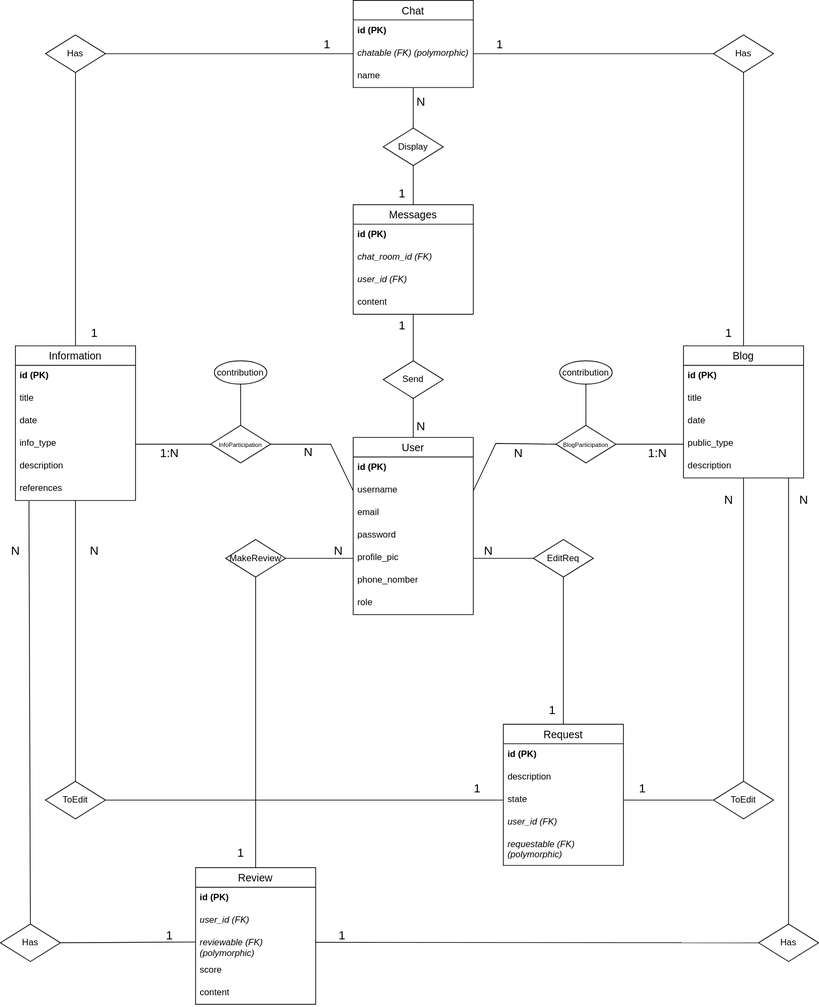
Earlier version of the draw.io export Diagrama E-R/EntidadesProyectoSoftware.drawio.svg (Fercrack2004/ElRanchoDeMauricio). Source tidied: cells renumbered, new cells last; positions are measured from the earlier drawing's top-left corner, leaving out a move shared by most shapes.
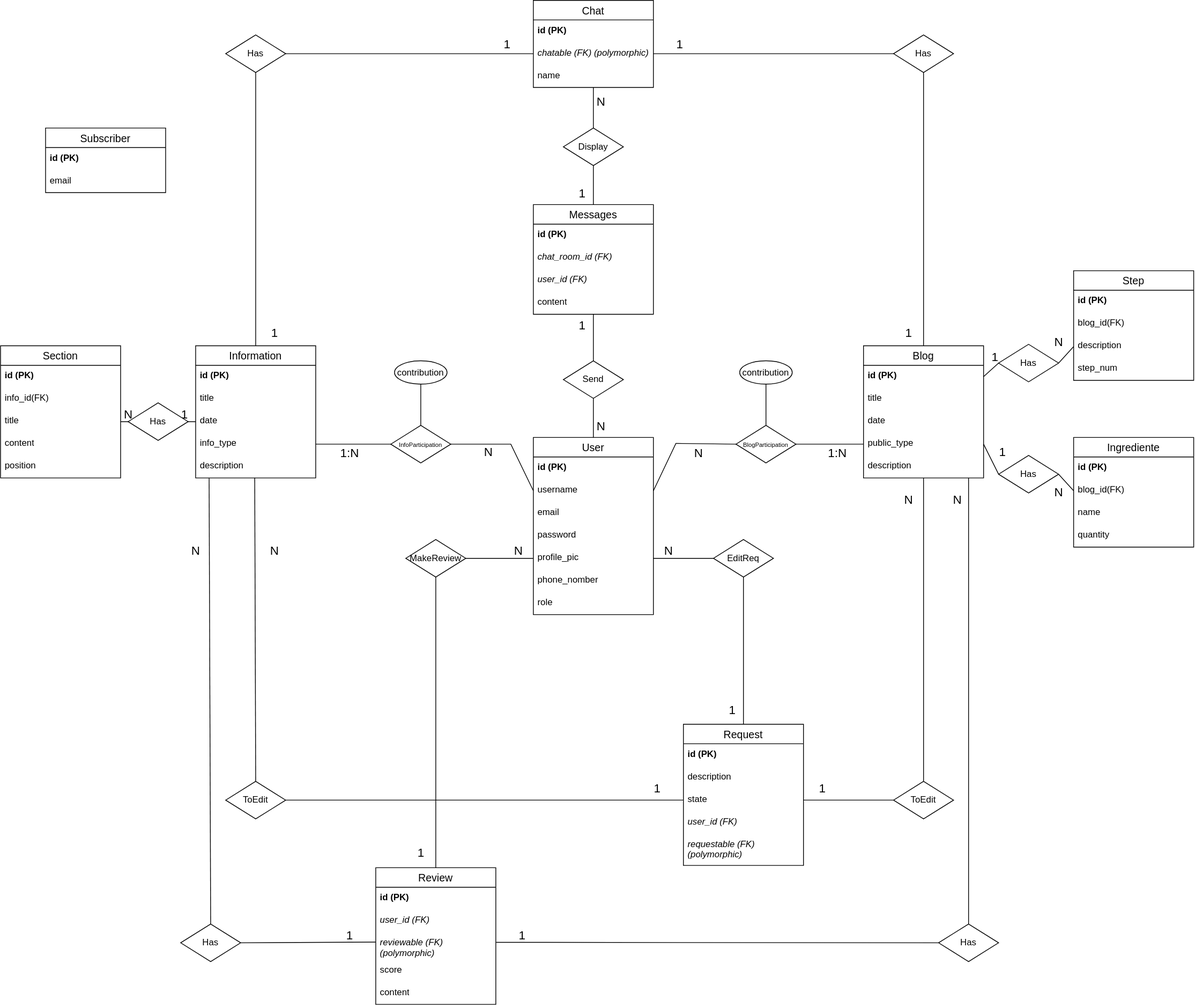
After the change.

What changed in the source:
```diff
@@ -45,7 +45,7 @@
       <mxGeometry y="146" width="160" height="30" as="geometry" />
     </mxCell>
     <mxCell id="16" value="Information" style="swimlane;fontStyle=0;horizontal=1;startSize=26;align=center;fontSize=14;" parent="1" vertex="1">
-      <mxGeometry x="20" y="460" width="160" height="206" as="geometry" />
+      <mxGeometry x="20" y="460" width="160" height="176" as="geometry" />
     </mxCell>
     <mxCell id="17" value="&lt;b&gt;id (PK)&lt;/b&gt;" style="text;strokeColor=none;fillColor=none;spacingLeft=4;spacingRight=4;overflow=hidden;fontSize=12;whiteSpace=wrap;html=1;" parent="16" vertex="1">
       <mxGeometry y="26" width="160" height="30" as="geometry" />
@@ -62,9 +62,6 @@
     <mxCell id="21" value="description" style="text;strokeColor=none;fillColor=none;spacingLeft=4;spacingRight=4;overflow=hidden;points=[[0,0.5],[1,0.5]];portConstraint=eastwest;fontSize=12;whiteSpace=wrap;html=1;" parent="16" vertex="1">
       <mxGeometry y="146" width="160" height="30" as="geometry" />
     </mxCell>
-    <mxCell id="22" value="references" style="text;strokeColor=none;fillColor=none;spacingLeft=4;spacingRight=4;overflow=hidden;points=[[0,0.5],[1,0.5]];portConstraint=eastwest;fontSize=12;whiteSpace=wrap;html=1;" parent="16" vertex="1">
-      <mxGeometry y="176" width="160" height="30" as="geometry" />
-    </mxCell>
     <mxCell id="23" value="Request" style="swimlane;fontStyle=0;horizontal=1;startSize=26;align=center;fontSize=14;" parent="1" vertex="1">
       <mxGeometry x="670" y="964" width="160" height="188" as="geometry" />
     </mxCell>
@@ -210,14 +207,14 @@
         <mxPoint x="1050" y="636" as="sourcePoint" />
       </mxGeometry>
     </mxCell>
-    <mxCell id="68" style="endArrow=none;html=1;rounded=0;exitX=0.113;exitY=1.022;exitDx=0;exitDy=0;entryX=0.5;entryY=0;entryDx=0;entryDy=0;exitPerimeter=0;" parent="1" edge="1" source="22" target="63">
+    <mxCell id="68" style="endArrow=none;html=1;rounded=0;exitX=0.112;exitY=1.008;exitDx=0;exitDy=0;entryX=0.5;entryY=0;entryDx=0;entryDy=0;exitPerimeter=0;" parent="1" edge="1" source="21" target="63">
       <mxGeometry relative="1" as="geometry" />
     </mxCell>
     <mxCell id="69" value="&lt;font style=&quot;font-size: 16px;&quot;&gt;N&lt;/font&gt;" style="text;html=1;align=center;verticalAlign=middle;strokeColor=none;fillColor=none;" parent="1" vertex="1">
       <mxGeometry y="718" width="40" height="30" as="geometry" />
     </mxCell>
     <mxCell id="70" value="&lt;font style=&quot;font-size: 16px;&quot;&gt;N&lt;/font&gt;" style="text;html=1;align=center;verticalAlign=middle;strokeColor=none;fillColor=none;" parent="1" vertex="1">
-      <mxGeometry x="1050" y="650" width="40" height="30" as="geometry" />
+      <mxGeometry x="1015" y="650" width="40" height="30" as="geometry" />
     </mxCell>
     <mxCell id="71" value="&lt;font style=&quot;font-size: 16px;&quot;&gt;1&lt;/font&gt;" style="text;html=1;align=center;verticalAlign=middle;strokeColor=none;fillColor=none;" parent="1" vertex="1">
       <mxGeometry x="210" y="1230" width="30" height="30" as="geometry" />
@@ -252,7 +249,7 @@
     <mxCell id="81" style="endArrow=none;html=1;rounded=0;exitX=0.5;exitY=0;exitDx=0;exitDy=0;" parent="1" edge="1" source="78" target="15">
       <mxGeometry relative="1" as="geometry" />
     </mxCell>
-    <mxCell id="82" style="endArrow=none;html=1;rounded=0;entryX=0.5;entryY=0;entryDx=0;entryDy=0;" parent="1" edge="1" source="22" target="77">
+    <mxCell id="82" style="endArrow=none;html=1;rounded=0;entryX=0.5;entryY=0;entryDx=0;entryDy=0;exitX=0.492;exitY=0.999;exitDx=0;exitDy=0;exitPerimeter=0;" parent="1" edge="1" source="21" target="77">
       <mxGeometry relative="1" as="geometry" />
     </mxCell>
     <mxCell id="83" value="&lt;font style=&quot;font-size: 16px;&quot;&gt;1&lt;/font&gt;" style="text;html=1;align=center;verticalAlign=middle;strokeColor=none;fillColor=none;" parent="1" vertex="1">
@@ -332,5 +329,104 @@
     <mxCell id="107" value="Display" style="shape=rhombus;perimeter=rhombusPerimeter;whiteSpace=wrap;html=1;align=center;" parent="1" vertex="1">
       <mxGeometry x="510" y="170" width="80" height="50" as="geometry" />
     </mxCell>
+    <mxCell id="108" value="Step" style="swimlane;fontStyle=0;horizontal=1;startSize=26;align=center;fontSize=14;" parent="1" vertex="1">
+      <mxGeometry x="1190" y="360" width="160" height="146" as="geometry" />
+    </mxCell>
+    <mxCell id="109" value="&lt;b&gt;id (PK)&lt;/b&gt;" style="text;strokeColor=none;fillColor=none;spacingLeft=4;spacingRight=4;overflow=hidden;fontSize=12;whiteSpace=wrap;html=1;" parent="108" vertex="1">
+      <mxGeometry y="26" width="160" height="30" as="geometry" />
+    </mxCell>
+    <mxCell id="110" value="blog_id(FK)" style="text;strokeColor=none;fillColor=none;spacingLeft=4;spacingRight=4;overflow=hidden;fontSize=12;whiteSpace=wrap;html=1;" parent="108" vertex="1">
+      <mxGeometry y="56" width="160" height="30" as="geometry" />
+    </mxCell>
+    <mxCell id="111" value="description" style="text;strokeColor=none;fillColor=none;spacingLeft=4;spacingRight=4;overflow=hidden;points=[[0,0.5],[1,0.5]];portConstraint=eastwest;fontSize=12;whiteSpace=wrap;html=1;" parent="108" vertex="1">
+      <mxGeometry y="86" width="160" height="30" as="geometry" />
+    </mxCell>
+    <mxCell id="112" value="step_num" style="text;strokeColor=none;fillColor=none;spacingLeft=4;spacingRight=4;overflow=hidden;fontSize=12;whiteSpace=wrap;html=1;" parent="108" vertex="1">
+      <mxGeometry y="116" width="160" height="30" as="geometry" />
+    </mxCell>
+    <mxCell id="113" value="Ingrediente" style="swimlane;fontStyle=0;horizontal=1;startSize=26;align=center;fontSize=14;" parent="1" vertex="1">
+      <mxGeometry x="1190" y="582" width="160" height="146" as="geometry" />
+    </mxCell>
+    <mxCell id="114" value="&lt;b&gt;id (PK)&lt;/b&gt;" style="text;strokeColor=none;fillColor=none;spacingLeft=4;spacingRight=4;overflow=hidden;fontSize=12;whiteSpace=wrap;html=1;" parent="113" vertex="1">
+      <mxGeometry y="26" width="160" height="30" as="geometry" />
+    </mxCell>
+    <mxCell id="115" value="blog_id(FK)" style="text;strokeColor=none;fillColor=none;spacingLeft=4;spacingRight=4;overflow=hidden;points=[[0,0.5],[1,0.5]];portConstraint=eastwest;fontSize=12;whiteSpace=wrap;html=1;" parent="113" vertex="1">
+      <mxGeometry y="56" width="160" height="30" as="geometry" />
+    </mxCell>
+    <mxCell id="116" value="name" style="text;strokeColor=none;fillColor=none;spacingLeft=4;spacingRight=4;overflow=hidden;fontSize=12;whiteSpace=wrap;html=1;" parent="113" vertex="1">
+      <mxGeometry y="86" width="160" height="30" as="geometry" />
+    </mxCell>
+    <mxCell id="117" value="quantity" style="text;strokeColor=none;fillColor=none;spacingLeft=4;spacingRight=4;overflow=hidden;fontSize=12;whiteSpace=wrap;html=1;" parent="113" vertex="1">
+      <mxGeometry y="116" width="160" height="30" as="geometry" />
+    </mxCell>
+    <mxCell id="118" style="endArrow=none;html=1;rounded=0;exitX=1;exitY=0.5;exitDx=0;exitDy=0;entryX=0;entryY=0.5;entryDx=0;entryDy=0;" parent="1" edge="1" source="139" target="115">
+      <mxGeometry relative="1" as="geometry" />
+    </mxCell>
+    <mxCell id="119" style="endArrow=none;html=1;rounded=0;exitX=1;exitY=0.5;exitDx=0;exitDy=0;entryX=0;entryY=0.5;entryDx=0;entryDy=0;" parent="1" edge="1" source="137" target="111">
+      <mxGeometry relative="1" as="geometry" />
+    </mxCell>
+    <mxCell id="120" value="&lt;font style=&quot;font-size: 16px;&quot;&gt;N&lt;/font&gt;" style="text;html=1;align=center;verticalAlign=middle;strokeColor=none;fillColor=none;" parent="1" vertex="1">
+      <mxGeometry x="1150" y="640" width="40" height="30" as="geometry" />
+    </mxCell>
+    <mxCell id="121" value="&lt;font style=&quot;font-size: 16px;&quot;&gt;N&lt;/font&gt;" style="text;html=1;align=center;verticalAlign=middle;strokeColor=none;fillColor=none;" parent="1" vertex="1">
+      <mxGeometry x="1150" y="440" width="40" height="30" as="geometry" />
+    </mxCell>
+    <mxCell id="122" value="&lt;font style=&quot;font-size: 16px;&quot;&gt;1&lt;/font&gt;" style="text;html=1;align=center;verticalAlign=middle;strokeColor=none;fillColor=none;" parent="1" vertex="1">
+      <mxGeometry x="1070" y="460" width="30" height="30" as="geometry" />
+    </mxCell>
+    <mxCell id="123" value="&lt;font style=&quot;font-size: 16px;&quot;&gt;1&lt;/font&gt;" style="text;html=1;align=center;verticalAlign=middle;strokeColor=none;fillColor=none;" parent="1" vertex="1">
+      <mxGeometry x="1080" y="586" width="30" height="30" as="geometry" />
+    </mxCell>
+    <mxCell id="124" value="Section" style="swimlane;fontStyle=0;horizontal=1;startSize=26;align=center;fontSize=14;" parent="1" vertex="1">
+      <mxGeometry x="-240" y="460" width="160" height="176" as="geometry" />
+    </mxCell>
+    <mxCell id="125" value="&lt;b&gt;id (PK)&lt;/b&gt;" style="text;strokeColor=none;fillColor=none;spacingLeft=4;spacingRight=4;overflow=hidden;fontSize=12;whiteSpace=wrap;html=1;" parent="124" vertex="1">
+      <mxGeometry y="26" width="160" height="30" as="geometry" />
+    </mxCell>
+    <mxCell id="126" value="info_id(FK)" style="text;strokeColor=none;fillColor=none;spacingLeft=4;spacingRight=4;overflow=hidden;fontSize=12;whiteSpace=wrap;html=1;" parent="124" vertex="1">
+      <mxGeometry y="56" width="160" height="30" as="geometry" />
+    </mxCell>
+    <mxCell id="127" value="title" style="text;strokeColor=none;fillColor=none;spacingLeft=4;spacingRight=4;overflow=hidden;points=[[0,0.5],[1,0.5]];portConstraint=eastwest;fontSize=12;whiteSpace=wrap;html=1;" parent="124" vertex="1">
+      <mxGeometry y="86" width="160" height="30" as="geometry" />
+    </mxCell>
+    <mxCell id="128" value="content" style="text;strokeColor=none;fillColor=none;spacingLeft=4;spacingRight=4;overflow=hidden;fontSize=12;whiteSpace=wrap;html=1;" parent="124" vertex="1">
+      <mxGeometry y="116" width="160" height="30" as="geometry" />
+    </mxCell>
+    <mxCell id="129" value="position" style="text;strokeColor=none;fillColor=none;spacingLeft=4;spacingRight=4;overflow=hidden;fontSize=12;whiteSpace=wrap;html=1;" parent="124" vertex="1">
+      <mxGeometry y="146" width="160" height="30" as="geometry" />
+    </mxCell>
+    <mxCell id="130" style="endArrow=none;html=1;rounded=0;exitX=1;exitY=0.5;exitDx=0;exitDy=0;entryX=0;entryY=0.5;entryDx=0;entryDy=0;" parent="1" edge="1" source="127" target="19">
+      <mxGeometry relative="1" as="geometry" />
+    </mxCell>
+    <mxCell id="131" value="Subscriber" style="swimlane;fontStyle=0;horizontal=1;startSize=26;align=center;fontSize=14;" parent="1" vertex="1">
+      <mxGeometry x="-180" y="170" width="160" height="86" as="geometry" />
+    </mxCell>
+    <mxCell id="132" value="&lt;b&gt;id (PK)&lt;/b&gt;" style="text;strokeColor=none;fillColor=none;spacingLeft=4;spacingRight=4;overflow=hidden;fontSize=12;whiteSpace=wrap;html=1;" parent="131" vertex="1">
+      <mxGeometry y="26" width="160" height="30" as="geometry" />
+    </mxCell>
+    <mxCell id="133" value="email" style="text;strokeColor=none;fillColor=none;spacingLeft=4;spacingRight=4;overflow=hidden;fontSize=12;whiteSpace=wrap;html=1;" parent="131" vertex="1">
+      <mxGeometry y="56" width="160" height="30" as="geometry" />
+    </mxCell>
+    <mxCell id="134" value="&lt;font style=&quot;font-size: 16px;&quot;&gt;N&lt;/font&gt;" style="text;html=1;align=center;verticalAlign=middle;strokeColor=none;fillColor=none;" parent="1" vertex="1">
+      <mxGeometry x="-90" y="536" width="40" height="30" as="geometry" />
+    </mxCell>
+    <mxCell id="135" value="&lt;font style=&quot;font-size: 16px;&quot;&gt;1&lt;/font&gt;" style="text;html=1;align=center;verticalAlign=middle;strokeColor=none;fillColor=none;" parent="1" vertex="1">
+      <mxGeometry x="-10" y="536" width="30" height="30" as="geometry" />
+    </mxCell>
+    <mxCell id="136" style="endArrow=none;html=1;rounded=0;exitX=1;exitY=0.5;exitDx=0;exitDy=0;entryX=0;entryY=0.5;entryDx=0;entryDy=0;" parent="1" edge="1" source="11" target="137">
+      <mxGeometry relative="1" as="geometry" />
+    </mxCell>
+    <mxCell id="137" value="Has" style="shape=rhombus;perimeter=rhombusPerimeter;whiteSpace=wrap;html=1;align=center;" parent="1" vertex="1">
+      <mxGeometry x="1090" y="458" width="80" height="50" as="geometry" />
+    </mxCell>
+    <mxCell id="138" style="endArrow=none;html=1;rounded=0;exitX=1;exitY=0.5;exitDx=0;exitDy=0;entryX=0;entryY=0.5;entryDx=0;entryDy=0;" parent="1" edge="1" source="14" target="139">
+      <mxGeometry relative="1" as="geometry" />
+    </mxCell>
+    <mxCell id="139" value="Has" style="shape=rhombus;perimeter=rhombusPerimeter;whiteSpace=wrap;html=1;align=center;" parent="1" vertex="1">
+      <mxGeometry x="1090" y="606" width="80" height="50" as="geometry" />
+    </mxCell>
+    <mxCell id="140" value="Has" style="shape=rhombus;perimeter=rhombusPerimeter;whiteSpace=wrap;html=1;align=center;" parent="1" vertex="1">
+      <mxGeometry x="-70" y="536" width="80" height="50" as="geometry" />
+    </mxCell>
   </root>
 </mxGraphModel>
```
